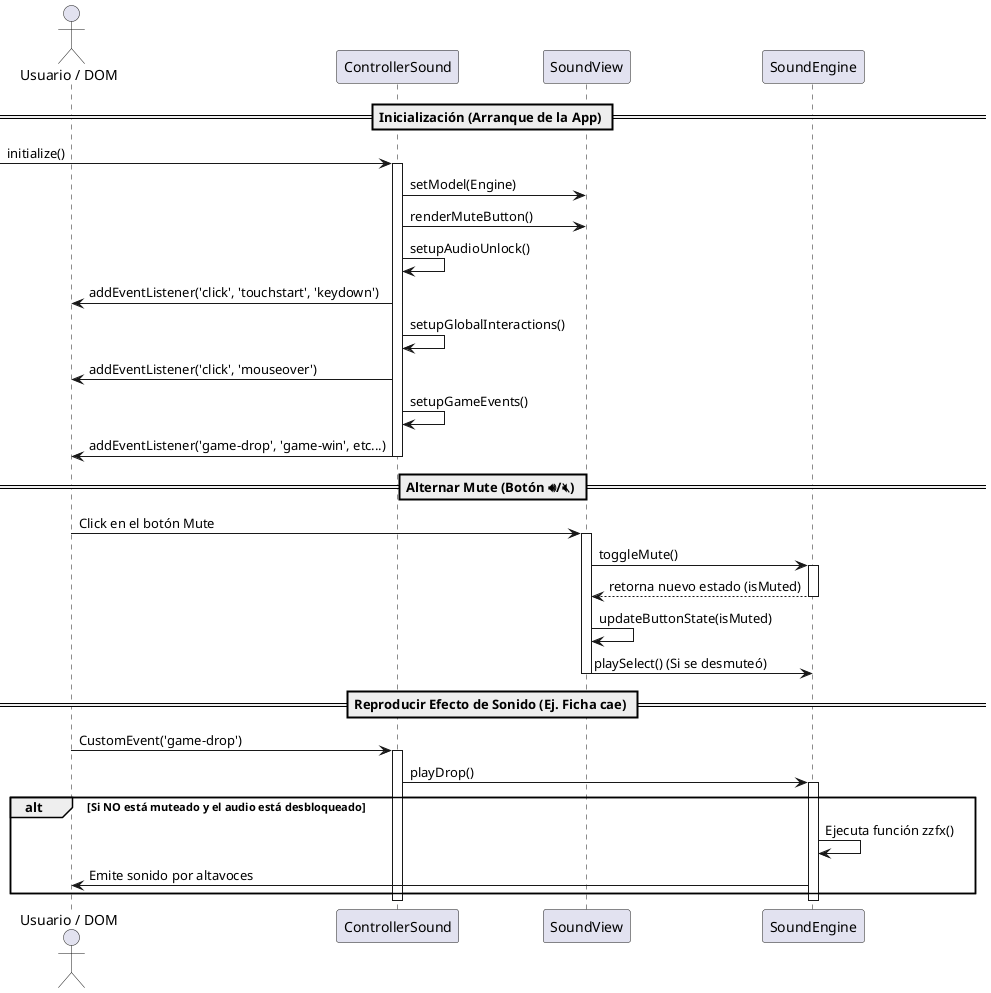
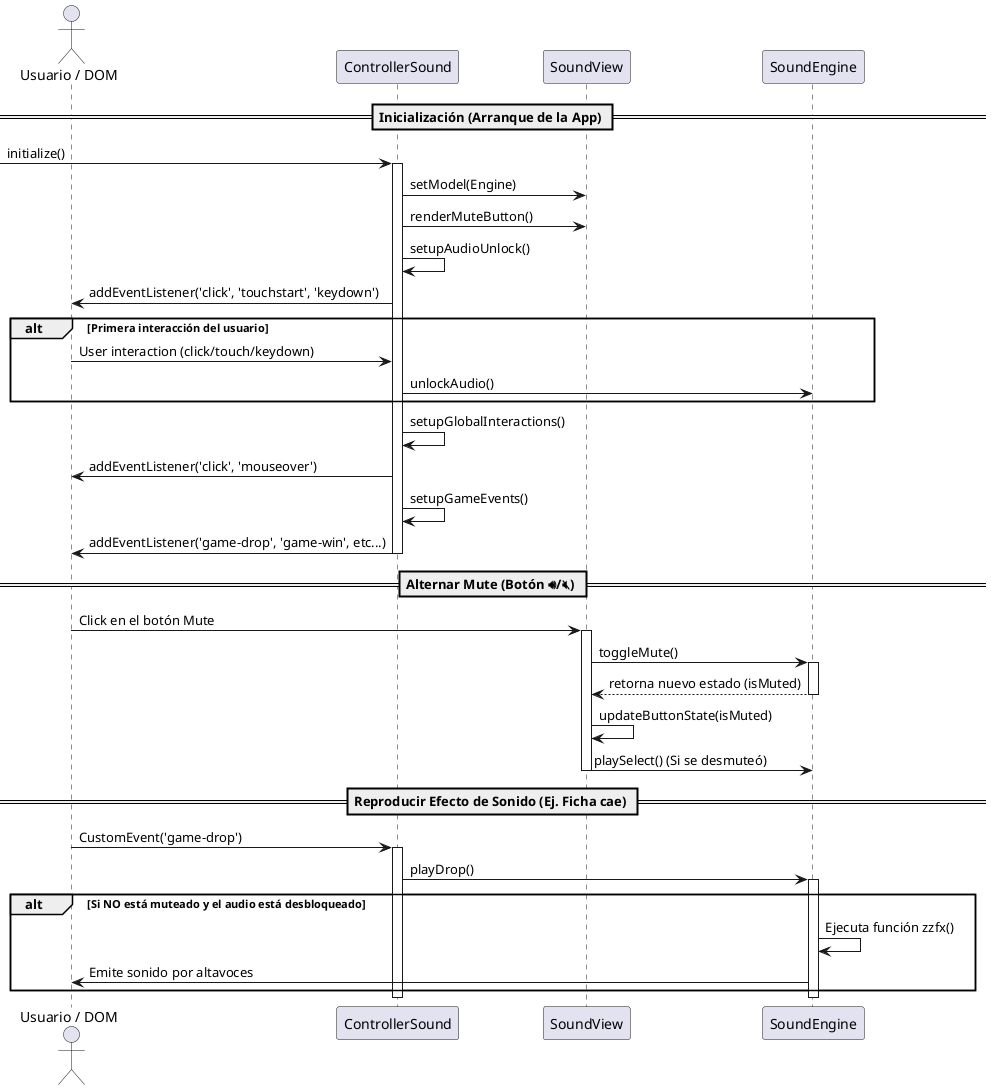
@startuml SoundManagerSequence

actor "Usuario / DOM" as DOM
participant "ControllerSound" as Controller
participant "SoundView" as View
participant "SoundEngine" as Engine

== Inicialización (Arranque de la App) ==
-> Controller : initialize()
activate Controller
Controller -> View : setModel(Engine)
Controller -> View : renderMuteButton()

Controller -> Controller : setupAudioUnlock()
Controller -> DOM : addEventListener('click', 'touchstart', 'keydown')
+ alt Primera interacción del usuario
+     DOM -> Controller : User interaction (click/touch/keydown)
+     Controller -> Engine : unlockAudio()
+ end
+ 

Controller -> Controller : setupGlobalInteractions()
Controller -> DOM : addEventListener('click', 'mouseover')

Controller -> Controller : setupGameEvents()
Controller -> DOM : addEventListener('game-drop', 'game-win', etc...)
deactivate Controller

== Alternar Mute (Botón 🔊/🔇) ==
DOM -> View : Click en el botón Mute
activate View
View -> Engine : toggleMute()
activate Engine
Engine --> View : retorna nuevo estado (isMuted)
deactivate Engine
View -> View : updateButtonState(isMuted)
View -> Engine : playSelect() (Si se desmuteó)
deactivate View

== Reproducir Efecto de Sonido (Ej. Ficha cae) ==
DOM -> Controller : CustomEvent('game-drop')
activate Controller
Controller -> Engine : playDrop()
activate Engine
alt Si NO está muteado y el audio está desbloqueado
    Engine -> Engine : Ejecuta función zzfx()
    Engine -> DOM : Emite sonido por altavoces
end
deactivate Engine
deactivate Controller

@enduml